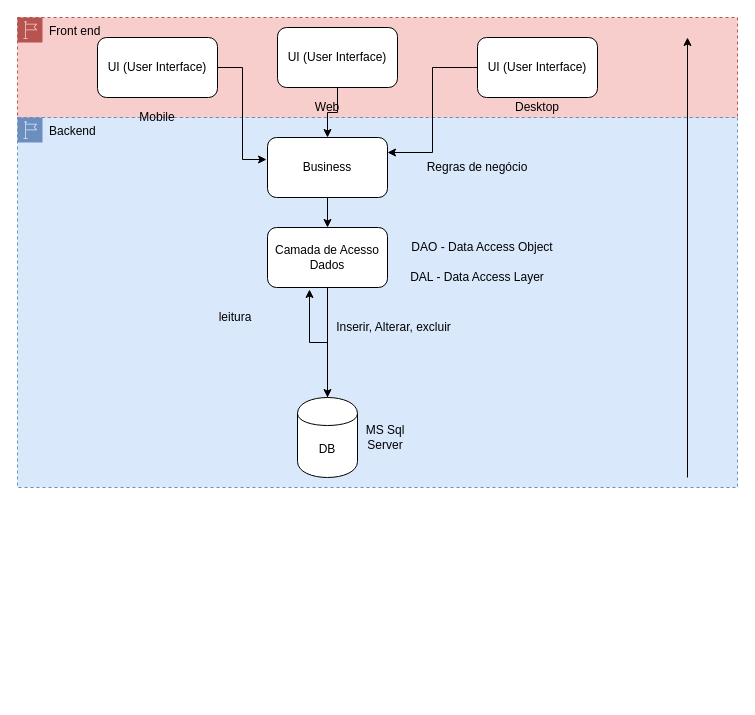
Earlier version of the draw.io diagram page "arquitetura" (2 of 3) of TodoAmendoimApp/doc/todoAmendoimApp.drawio (VagnerAlcantara/todoAmendoimApp). Source tidied: cells renumbered, new cells numbered last; positions are measured from the earlier drawing's top-left corner, leaving out a move shared by most shapes. Both pictures are drawn from the tidied source at 100%, with x=0, y=0 at pixel (17, 17). Pictures stored in the file or linked from it are replaced by grey dashed boxes.
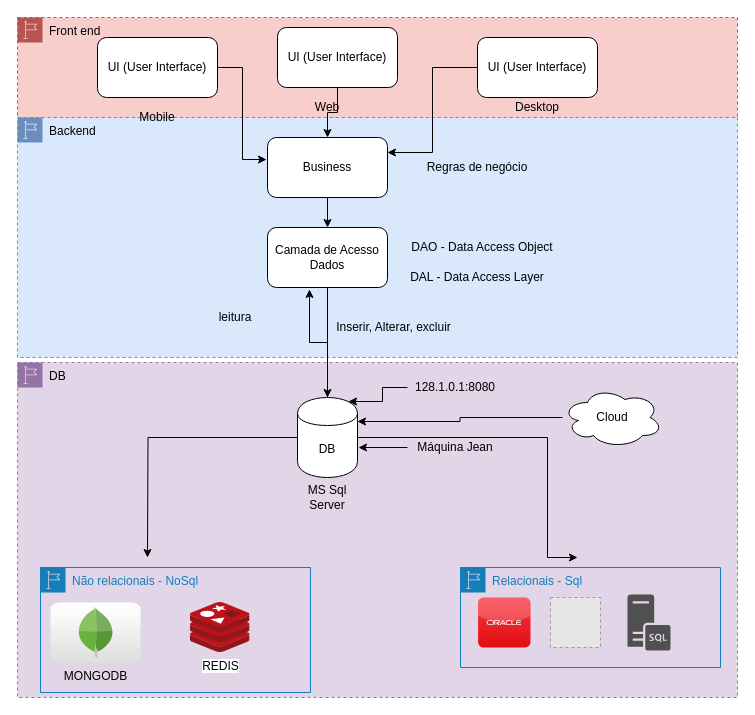
Above is the later version.

The change refers to these unchanged cells:
```xml
<mxCell id="11" value="DB" style="shape=cylinder;whiteSpace=wrap;html=1;boundedLbl=1;backgroundOutline=1;" parent="1" vertex="1">
  <mxGeometry x="280" y="380" width="60" height="80" as="geometry" />
</mxCell>
```

Change to the diagram source:
```diff
@@
+    <mxCell id="26" value="DB" style="html=1;whiteSpace=wrap;fontSize=12;fontStyle=0;shape=mxgraph.aws4.group;grIcon=mxgraph.aws4.group_region;strokeColor=#9673a6;fillColor=#e1d5e7;verticalAlign=top;align=left;spacingLeft=30;dashed=1;" parent="1" vertex="1">
+      <mxGeometry y="345" width="720" height="335" as="geometry" />
+    </mxCell>
+    <mxCell id="27" value="Não relacionais - NoSql" style="gradientColor=none;html=1;whiteSpace=wrap;fontSize=12;fontStyle=0;shape=mxgraph.aws4.group;grIcon=mxgraph.aws4.group_region;strokeColor=#147EBA;fillColor=none;verticalAlign=top;align=left;spacingLeft=30;fontColor=#147EBA;dashed=0;" parent="1" vertex="1">
+      <mxGeometry x="23" y="550" width="270" height="125" as="geometry" />
+    </mxCell>
+    <mxCell id="28" value="Relacionais - Sql" style="gradientColor=none;html=1;whiteSpace=wrap;fontSize=12;fontStyle=0;shape=mxgraph.aws4.group;grIcon=mxgraph.aws4.group_region;strokeColor=#147EBA;fillColor=none;verticalAlign=top;align=left;spacingLeft=30;fontColor=#147EBA;dashed=0;" parent="1" vertex="1">
+      <mxGeometry x="443" y="550" width="260" height="100" as="geometry" />
+    </mxCell>
@@
     <mxCell id="3" value="Backend" style="html=1;whiteSpace=wrap;fontSize=12;fontStyle=0;shape=mxgraph.aws4.group;grIcon=mxgraph.aws4.group_region;strokeColor=#6c8ebf;fillColor=#dae8fc;verticalAlign=top;align=left;spacingLeft=30;dashed=1;" parent="1" vertex="1">
-      <mxGeometry y="100" width="720" height="370" as="geometry" />
+      <mxGeometry y="100" width="720" height="240" as="geometry" />
     </mxCell>
@@
+    <mxCell id="29" style="edgeStyle=orthogonalEdgeStyle;rounded=0;jettySize=auto;html=1;" parent="1" edge="1" source="11">
+      <mxGeometry relative="1" as="geometry">
+        <mxPoint x="130" y="540" as="targetPoint" />
+      </mxGeometry>
+    </mxCell>
+    <mxCell id="30" style="edgeStyle=orthogonalEdgeStyle;rounded=0;jettySize=auto;html=1;" parent="1" edge="1" source="11">
+      <mxGeometry relative="1" as="geometry">
+        <mxPoint x="560" y="540" as="targetPoint" />
+        <Array as="points">
+          <mxPoint x="530" y="420" />
+          <mxPoint x="530" y="540" />
+        </Array>
+      </mxGeometry>
+    </mxCell>
@@
     <mxCell id="12" value="MS Sql Server" style="text;html=1;strokeColor=none;fillColor=none;align=center;verticalAlign=middle;whiteSpace=wrap;rounded=0;" parent="1" vertex="1">
-      <mxGeometry x="340" y="410" width="56" height="20" as="geometry" />
+      <mxGeometry x="282" y="470" width="56" height="20" as="geometry" />
     </mxCell>
@@
-    <mxCell id="25" style="endArrow=classic;html=1;" parent="1" edge="1">
-      <mxGeometry relative="1" as="geometry">
-        <mxPoint x="670" y="460" as="sourcePoint" />
-        <mxPoint x="670" y="20" as="targetPoint" />
-      </mxGeometry>
-    </mxCell>
+    <mxCell id="31" style="dashed=0;html=1;align=center;labelPosition=center;verticalLabelPosition=bottom;verticalAlign=top;shape=mxgraph.webicons.oracle;fillColor=#FA3743;gradientColor=#E10E11;" parent="1" vertex="1">
+      <mxGeometry x="460.6" y="580" width="52.4" height="50" as="geometry" />
+    </mxCell>
+    <mxCell id="32" style="fillColor=#E6E6E6;strokeColor=#999999;dashed=1;html=1;verticalAlign=top;verticalLabelPosition=bottom;labelBackgroundColor=#ffffff;" parent="1" vertex="1">
+      <mxGeometry x="533" y="580" width="50" height="50" as="geometry" />
+    </mxCell>
+    <mxCell id="33" style="shadow=0;dashed=0;html=1;strokeColor=none;fillColor=#505050;labelPosition=center;verticalLabelPosition=bottom;verticalAlign=top;align=center;shape=mxgraph.office.servers.sql_server;" parent="1" vertex="1">
+      <mxGeometry x="610" y="577" width="43" height="56" as="geometry" />
+    </mxCell>
+    <mxCell id="34" value="MONGODB" style="dashed=0;html=1;align=center;labelPosition=center;verticalLabelPosition=bottom;verticalAlign=top;shape=mxgraph.webicons.mongodb;gradientColor=#DFDEDE;" parent="1" vertex="1">
+      <mxGeometry x="33" y="585" width="90" height="60" as="geometry" />
+    </mxCell>
+    <mxCell id="35" value="REDIS" style="html=1;align=center;image;fontSize=12;image=img/lib/mscae/Cache_Redis_Product.svg;" parent="1" vertex="1">
+      <mxGeometry x="173" y="585" width="59.5" height="50" as="geometry" />
+    </mxCell>
+    <mxCell id="36" style="edgeStyle=orthogonalEdgeStyle;rounded=0;jettySize=auto;html=1;entryX=1.017;entryY=0.625;entryDx=0;entryDy=0;entryPerimeter=0;" parent="1" edge="1" source="37" target="11">
+      <mxGeometry relative="1" as="geometry" />
+    </mxCell>
+    <mxCell id="37" value="Máquina Jean" style="text;html=1;strokeColor=none;fillColor=none;align=center;verticalAlign=middle;whiteSpace=wrap;rounded=0;" parent="1" vertex="1">
+      <mxGeometry x="390" y="420" width="96" height="20" as="geometry" />
+    </mxCell>
+    <mxCell id="38" style="edgeStyle=orthogonalEdgeStyle;rounded=0;jettySize=auto;html=1;entryX=0.85;entryY=0.05;entryDx=0;entryDy=0;entryPerimeter=0;" parent="1" edge="1" source="39" target="11">
+      <mxGeometry relative="1" as="geometry" />
+    </mxCell>
+    <mxCell id="39" value="128.1.0.1:8080" style="text;html=1;strokeColor=none;fillColor=none;align=center;verticalAlign=middle;whiteSpace=wrap;rounded=0;" parent="1" vertex="1">
+      <mxGeometry x="390" y="360" width="96" height="20" as="geometry" />
+    </mxCell>
+    <mxCell id="40" style="edgeStyle=orthogonalEdgeStyle;rounded=0;jettySize=auto;html=1;entryX=1;entryY=0.3;entryDx=0;entryDy=0;" parent="1" edge="1" source="41" target="11">
+      <mxGeometry relative="1" as="geometry" />
+    </mxCell>
+    <mxCell id="41" value="Cloud" style="ellipse;shape=cloud;whiteSpace=wrap;html=1;align=center;" parent="1" vertex="1">
+      <mxGeometry x="545" y="370" width="100" height="60" as="geometry" />
+    </mxCell>
```
